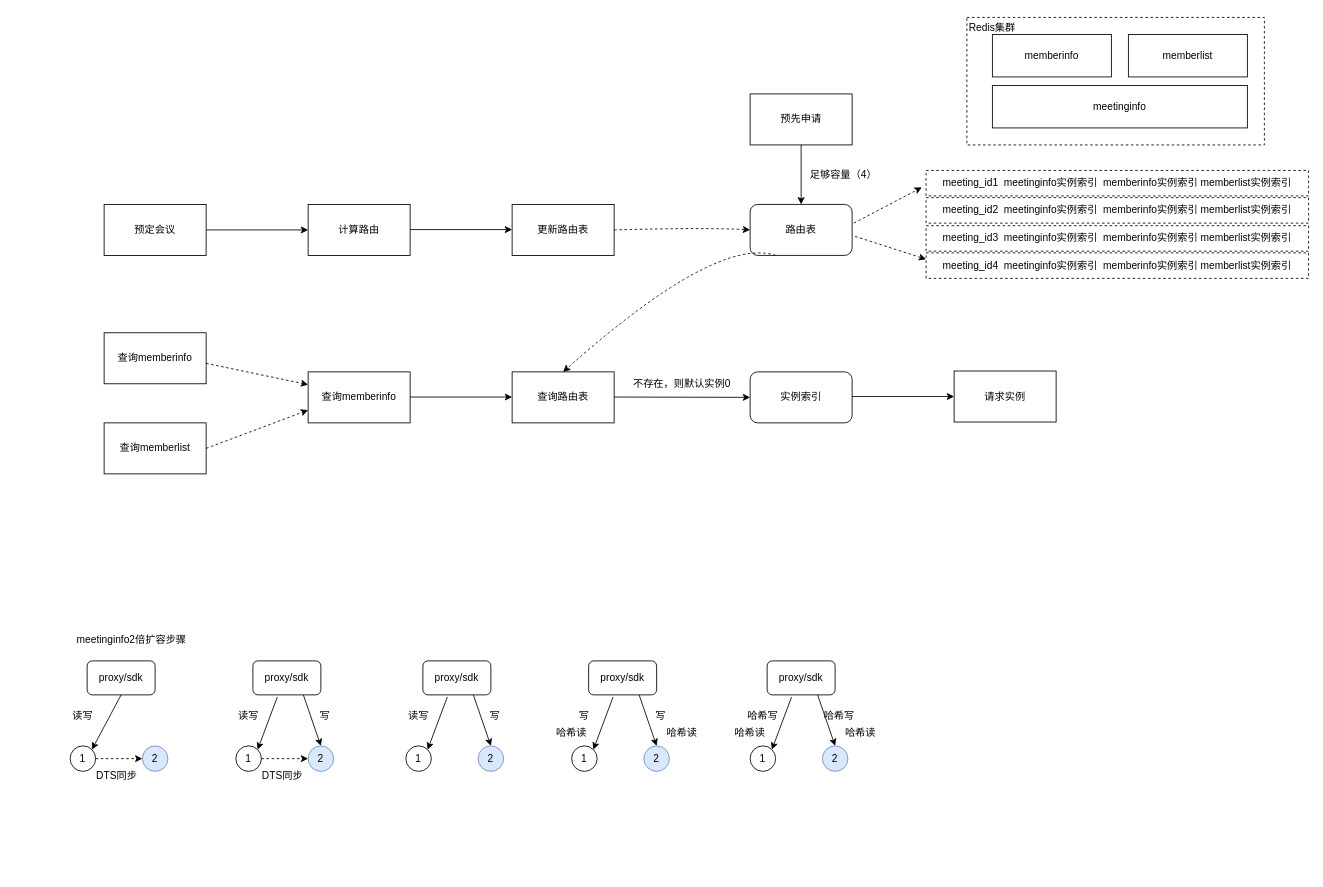
melonshell/draw.io keeps this draw.io diagram as arch/实例拆分方案.drawio. Above is the earlier version. Source tidied: cells renumbered, new cells numbered last; positions are measured from the earlier drawing's top-left corner, leaving out a move shared by most shapes. Both pictures are drawn from the tidied source at 85%, with x=0, y=0 at pixel (57, 14).
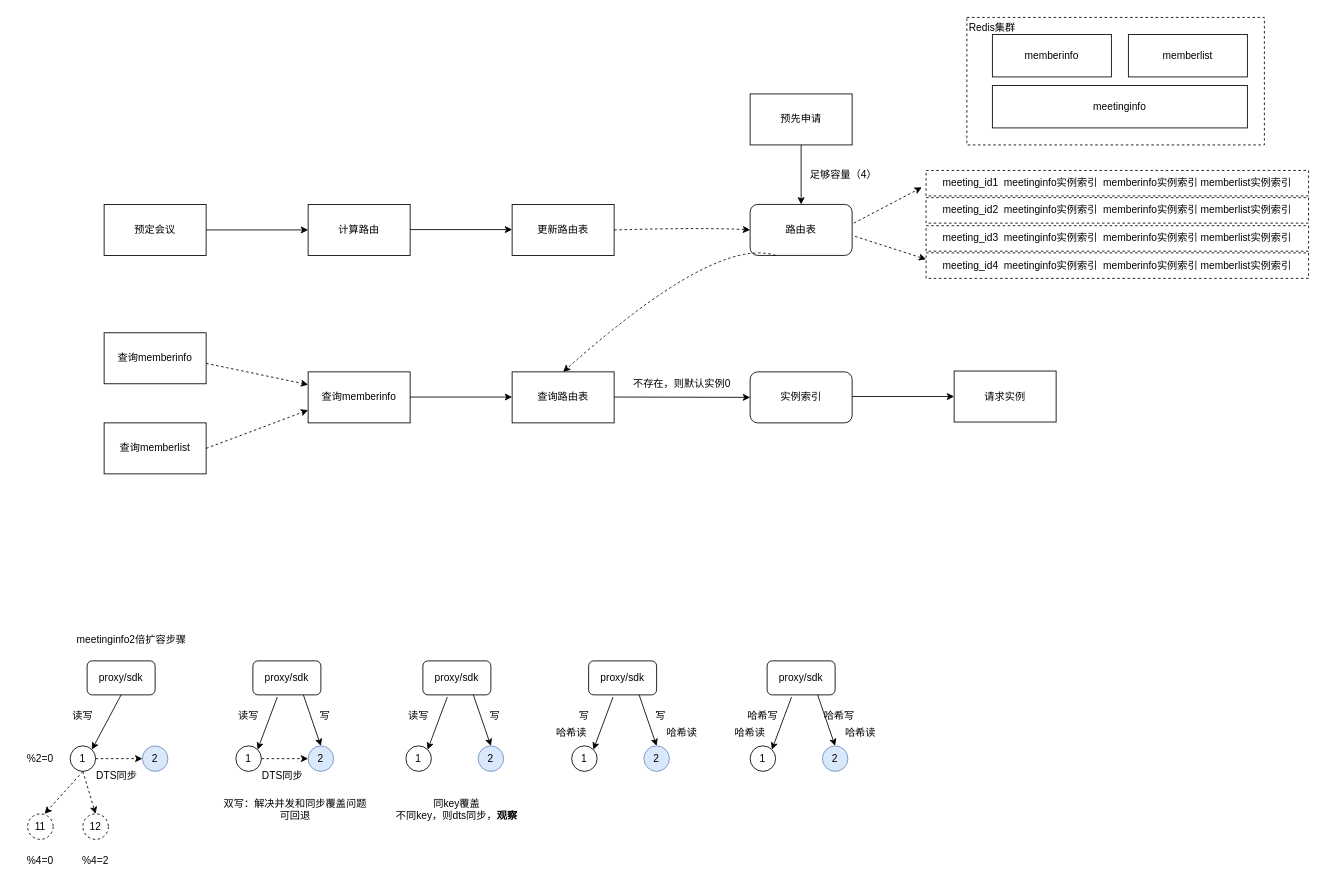
The same diagram, later.

Commit message (it also covers changes not shown here):
更新实例拆分方案.drawio

The change refers to these unchanged cells:
```xml
<mxCell id="36" value="1" style="ellipse;whiteSpace=wrap;html=1;fillColor=none;" parent="1" vertex="1">
  <mxGeometry x="15" y="860" width="30" height="30" as="geometry" />
</mxCell>
```

What changed in the source:
```diff
@@
+    <mxCell id="78" value="双写：解决并发和同步覆盖问题&lt;br&gt;可回退" style="rounded=0;whiteSpace=wrap;html=1;fillColor=none;strokeColor=none;" parent="1" vertex="1">
+      <mxGeometry x="195" y="920" width="170" height="30" as="geometry" />
+    </mxCell>
+    <mxCell id="79" value="同key覆盖&lt;br&gt;不同key，则dts同步，&lt;b&gt;观察&lt;/b&gt;" style="rounded=0;whiteSpace=wrap;html=1;fillColor=none;strokeColor=none;" parent="1" vertex="1">
+      <mxGeometry x="385" y="920" width="170" height="30" as="geometry" />
+    </mxCell>
+    <mxCell id="80" style="endArrow=classic;html=1;rounded=0;exitX=0.5;exitY=1;exitDx=0;exitDy=0;dashed=1;" parent="1" edge="1" source="36">
+      <mxGeometry relative="1" as="geometry">
+        <mxPoint x="-15" y="940" as="targetPoint" />
+      </mxGeometry>
+    </mxCell>
+    <mxCell id="81" style="endArrow=classic;html=1;rounded=0;exitX=0.5;exitY=1;exitDx=0;exitDy=0;dashed=1;" parent="1" edge="1" source="36">
+      <mxGeometry relative="1" as="geometry">
+        <mxPoint x="45" y="940" as="targetPoint" />
+      </mxGeometry>
+    </mxCell>
+    <mxCell id="82" value="11" style="ellipse;whiteSpace=wrap;html=1;fillColor=none;dashed=1;" parent="1" vertex="1">
+      <mxGeometry x="-35" y="940" width="30" height="30" as="geometry" />
+    </mxCell>
+    <mxCell id="83" value="12" style="ellipse;whiteSpace=wrap;html=1;fillColor=none;dashed=1;" parent="1" vertex="1">
+      <mxGeometry x="30" y="940" width="30" height="30" as="geometry" />
+    </mxCell>
+    <mxCell id="84" value="%4=0" style="rounded=0;whiteSpace=wrap;html=1;fillColor=none;strokeColor=none;" parent="1" vertex="1">
+      <mxGeometry x="-50" y="980" width="60" height="30" as="geometry" />
+    </mxCell>
+    <mxCell id="85" value="%4=2" style="rounded=0;whiteSpace=wrap;html=1;fillColor=none;strokeColor=none;" parent="1" vertex="1">
+      <mxGeometry x="15" y="980" width="60" height="30" as="geometry" />
+    </mxCell>
+    <mxCell id="86" value="%2=0" style="rounded=0;whiteSpace=wrap;html=1;fillColor=none;strokeColor=none;" parent="1" vertex="1">
+      <mxGeometry x="-50" y="860" width="60" height="30" as="geometry" />
+    </mxCell>
```
